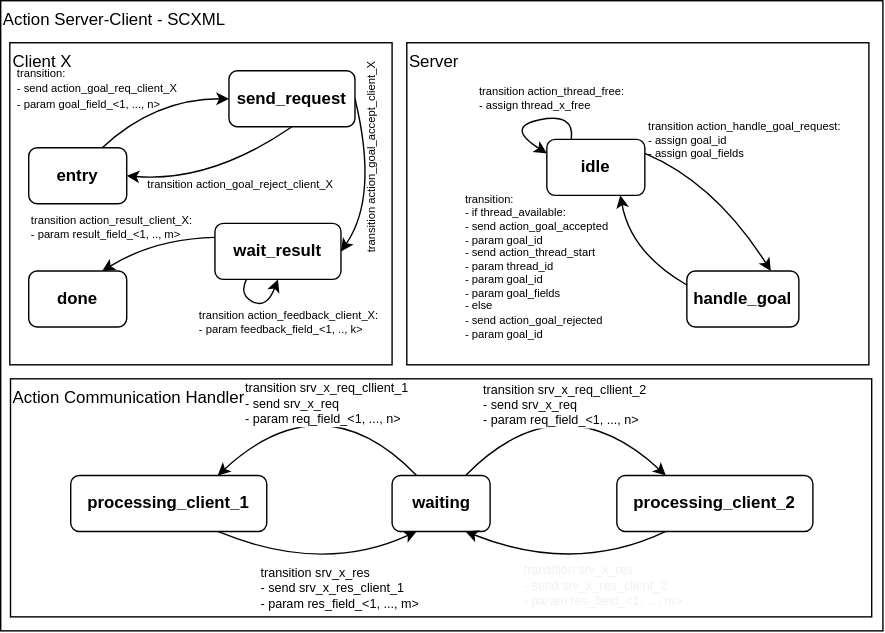
Earlier version of the draw.io export docs/source/graphics/ros_action_to_scxml.drawio.svg (convince-project/AS2FM). Source tidied: cells renumbered, new cells last; positions are measured from the earlier drawing's top-left corner, leaving out a move shared by most shapes.
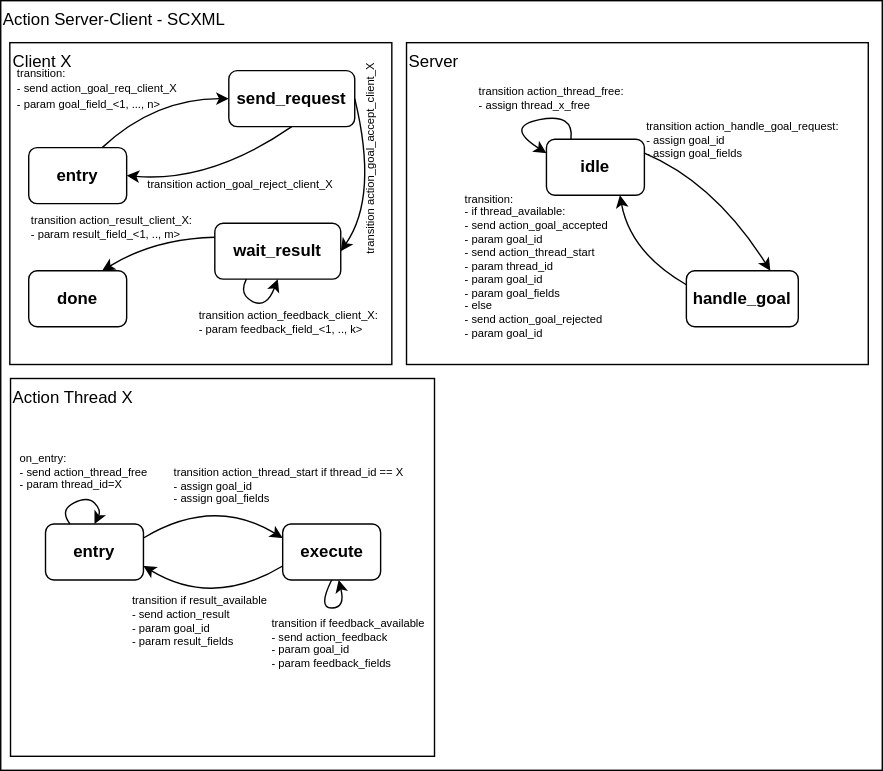
Later version of the same file.

Commit message:
Add missing field to thread start and start action diagram

Change to the diagram source:
```diff
@@ -3,48 +3,43 @@
     <mxCell id="0" />
     <mxCell id="1" parent="0" />
     <mxCell id="2" value="Action Server-Client - SCXML" style="rounded=0;whiteSpace=wrap;html=1;labelPosition=center;verticalLabelPosition=middle;align=left;verticalAlign=top;" parent="1" vertex="1">
-      <mxGeometry width="630" height="450" as="geometry" />
+      <mxGeometry width="630" height="550" as="geometry" />
     </mxCell>
-    <mxCell id="3" value="Action Communication Handler" style="rounded=0;whiteSpace=wrap;html=1;labelPosition=center;verticalLabelPosition=middle;align=left;verticalAlign=top;" parent="1" vertex="1">
-      <mxGeometry x="7" y="270" width="615" height="170" as="geometry" />
+    <mxCell id="3" value="Action Thread X" style="rounded=0;whiteSpace=wrap;html=1;labelPosition=center;verticalLabelPosition=middle;align=left;verticalAlign=top;" parent="1" vertex="1">
+      <mxGeometry x="7" y="270" width="303" height="270" as="geometry" />
     </mxCell>
-    <mxCell id="4" value="&lt;span style=&quot;&quot;&gt;transition srv_x_req_cllient_2&lt;/span&gt;&lt;br style=&quot;&quot;&gt;&lt;span style=&quot;&quot;&gt;- send srv_x_req&lt;/span&gt;&lt;br style=&quot;&quot;&gt;&lt;div style=&quot;&quot;&gt;&amp;nbsp; - param req_field_&amp;lt;1, ..., n&amp;gt;&lt;/div&gt;" style="edgeStyle=none;curved=1;html=1;exitX=0.75;exitY=0;exitDx=0;exitDy=0;entryX=0.25;entryY=0;entryDx=0;entryDy=0;fontSize=9;align=left;" parent="1" edge="1" source="6" target="10">
+    <mxCell id="4" value="&lt;span style=&quot;&quot;&gt;transition srv_x_req_cllient_2&lt;/span&gt;&lt;br style=&quot;&quot;&gt;&lt;span style=&quot;&quot;&gt;- send srv_x_req&lt;/span&gt;&lt;br style=&quot;&quot;&gt;&lt;div style=&quot;&quot;&gt;&amp;nbsp; - param req_field_&amp;lt;1, ..., n&amp;gt;&lt;/div&gt;" style="edgeStyle=none;curved=1;html=1;exitX=0.75;exitY=0;exitDx=0;exitDy=0;entryX=0.25;entryY=0;entryDx=0;entryDy=0;fontSize=9;align=left;" parent="1" edge="1" target="x">
       <mxGeometry x="-0.57" y="27" relative="1" as="geometry">
+        <mxPoint x="332" y="339" as="sourcePoint" />
         <Array as="points">
           <mxPoint x="400" y="270" />
         </Array>
       </mxGeometry>
     </mxCell>
-    <mxCell id="5" value="transition srv_x_req_cllient_1&lt;br&gt;- send srv_x_req&lt;br&gt;&lt;div style=&quot;&quot;&gt;&amp;nbsp; - param req_field_&amp;lt;1, ..., n&amp;gt;&lt;/div&gt;" style="edgeStyle=none;curved=1;html=1;exitX=0.25;exitY=0;exitDx=0;exitDy=0;entryX=0.75;entryY=0;entryDx=0;entryDy=0;fontSize=9;align=left;" parent="1" edge="1" source="6" target="8">
+    <mxCell id="5" value="transition srv_x_req_cllient_1&lt;br&gt;- send srv_x_req&lt;br&gt;&lt;div style=&quot;&quot;&gt;&amp;nbsp; - param req_field_&amp;lt;1, ..., n&amp;gt;&lt;/div&gt;" style="edgeStyle=none;curved=1;html=1;exitX=0.25;exitY=0;exitDx=0;exitDy=0;entryX=0.75;entryY=0;entryDx=0;entryDy=0;fontSize=9;align=left;" parent="1" edge="1" target="x">
       <mxGeometry x="0.52" y="-26" relative="1" as="geometry">
+        <mxPoint x="297" y="339" as="sourcePoint" />
         <Array as="points">
           <mxPoint x="230" y="270" />
         </Array>
       </mxGeometry>
     </mxCell>
-    <mxCell id="6" value="&lt;b&gt;waiting&lt;/b&gt;" style="rounded=1;whiteSpace=wrap;html=1;align=center;" parent="1" vertex="1">
-      <mxGeometry x="279.5" y="339" width="70" height="40" as="geometry" />
-    </mxCell>
-    <mxCell id="7" value="&lt;div style=&quot;&quot;&gt;transition srv_x_res&lt;/div&gt;&lt;div style=&quot;&quot;&gt;- send srv_x_res_client_1&lt;/div&gt;&lt;div style=&quot;&quot;&gt;&amp;nbsp; - param res_field_&amp;lt;1, ..., m&amp;gt;&lt;/div&gt;" style="edgeStyle=none;curved=1;html=1;exitX=0.75;exitY=1;exitDx=0;exitDy=0;entryX=0.25;entryY=1;entryDx=0;entryDy=0;fontSize=9;align=left;" parent="1" edge="1" source="8" target="6">
+    <mxCell id="7" value="&lt;div style=&quot;&quot;&gt;transition srv_x_res&lt;/div&gt;&lt;div style=&quot;&quot;&gt;- send srv_x_res_client_1&lt;/div&gt;&lt;div style=&quot;&quot;&gt;&amp;nbsp; - param res_field_&amp;lt;1, ..., m&amp;gt;&lt;/div&gt;" style="edgeStyle=none;curved=1;html=1;exitX=0.75;exitY=1;exitDx=0;exitDy=0;entryX=0.25;entryY=1;entryDx=0;entryDy=0;fontSize=9;align=left;" parent="1" edge="1" source="x">
       <mxGeometry x="-0.45" y="-27" relative="1" as="geometry">
+        <mxPoint x="297" y="379" as="targetPoint" />
         <Array as="points">
           <mxPoint x="230" y="410" />
         </Array>
       </mxGeometry>
     </mxCell>
-    <mxCell id="8" value="&lt;b&gt;processing_client_1&lt;/b&gt;" style="rounded=1;whiteSpace=wrap;html=1;align=center;" parent="1" vertex="1">
-      <mxGeometry x="50" y="339" width="140" height="40" as="geometry" />
-    </mxCell>
-    <mxCell id="9" value="&lt;div style=&quot;border-color: rgb(0, 0, 0); color: rgb(240, 240, 240); font-family: Helvetica; font-size: 9px; font-style: normal; font-variant-ligatures: normal; font-variant-caps: normal; font-weight: 400; letter-spacing: normal; orphans: 2; text-indent: 0px; text-transform: none; widows: 2; word-spacing: 0px; -webkit-text-stroke-width: 0px; text-decoration-thickness: initial; text-decoration-style: initial; text-decoration-color: initial;&quot;&gt;transition srv_x_res&lt;/div&gt;&lt;div style=&quot;border-color: rgb(0, 0, 0); color: rgb(240, 240, 240); font-family: Helvetica; font-size: 9px; font-style: normal; font-variant-ligatures: normal; font-variant-caps: normal; font-weight: 400; letter-spacing: normal; orphans: 2; text-indent: 0px; text-transform: none; widows: 2; word-spacing: 0px; -webkit-text-stroke-width: 0px; text-decoration-thickness: initial; text-decoration-style: initial; text-decoration-color: initial;&quot;&gt;- send srv_x_res_client_2&lt;/div&gt;&lt;div style=&quot;border-color: rgb(0, 0, 0); color: rgb(240, 240, 240); font-family: Helvetica; font-size: 9px; font-style: normal; font-variant-ligatures: normal; font-variant-caps: normal; font-weight: 400; letter-spacing: normal; orphans: 2; text-indent: 0px; text-transform: none; widows: 2; word-spacing: 0px; -webkit-text-stroke-width: 0px; text-decoration-thickness: initial; text-decoration-style: initial; text-decoration-color: initial;&quot;&gt;&amp;nbsp; - param res_field_&amp;lt;1, ..., m&amp;gt;&lt;/div&gt;" style="edgeStyle=none;curved=1;html=1;exitX=0.25;exitY=1;exitDx=0;exitDy=0;entryX=0.75;entryY=1;entryDx=0;entryDy=0;fontSize=9;align=left;" parent="1" edge="1" source="10" target="6">
+    <mxCell id="9" value="&lt;div style=&quot;border-color: rgb(0, 0, 0); color: rgb(240, 240, 240); font-family: Helvetica; font-size: 9px; font-style: normal; font-variant-ligatures: normal; font-variant-caps: normal; font-weight: 400; letter-spacing: normal; orphans: 2; text-indent: 0px; text-transform: none; widows: 2; word-spacing: 0px; -webkit-text-stroke-width: 0px; text-decoration-thickness: initial; text-decoration-style: initial; text-decoration-color: initial;&quot;&gt;transition srv_x_res&lt;/div&gt;&lt;div style=&quot;border-color: rgb(0, 0, 0); color: rgb(240, 240, 240); font-family: Helvetica; font-size: 9px; font-style: normal; font-variant-ligatures: normal; font-variant-caps: normal; font-weight: 400; letter-spacing: normal; orphans: 2; text-indent: 0px; text-transform: none; widows: 2; word-spacing: 0px; -webkit-text-stroke-width: 0px; text-decoration-thickness: initial; text-decoration-style: initial; text-decoration-color: initial;&quot;&gt;- send srv_x_res_client_2&lt;/div&gt;&lt;div style=&quot;border-color: rgb(0, 0, 0); color: rgb(240, 240, 240); font-family: Helvetica; font-size: 9px; font-style: normal; font-variant-ligatures: normal; font-variant-caps: normal; font-weight: 400; letter-spacing: normal; orphans: 2; text-indent: 0px; text-transform: none; widows: 2; word-spacing: 0px; -webkit-text-stroke-width: 0px; text-decoration-thickness: initial; text-decoration-style: initial; text-decoration-color: initial;&quot;&gt;&amp;nbsp; - param res_field_&amp;lt;1, ..., m&amp;gt;&lt;/div&gt;" style="edgeStyle=none;curved=1;html=1;exitX=0.25;exitY=1;exitDx=0;exitDy=0;entryX=0.75;entryY=1;entryDx=0;entryDy=0;fontSize=9;align=left;" parent="1" edge="1" source="x">
       <mxGeometry x="0.33" y="21" relative="1" as="geometry">
+        <mxPoint x="332" y="379" as="targetPoint" />
         <Array as="points">
           <mxPoint x="410" y="410" />
         </Array>
       </mxGeometry>
     </mxCell>
-    <mxCell id="10" value="&lt;b&gt;processing_client_2&lt;/b&gt;" style="rounded=1;whiteSpace=wrap;html=1;align=center;" parent="1" vertex="1">
-      <mxGeometry x="440" y="339" width="140" height="40" as="geometry" />
-    </mxCell>
     <mxCell id="11" value="Server" style="rounded=0;whiteSpace=wrap;html=1;labelPosition=center;verticalLabelPosition=middle;align=left;verticalAlign=top;" parent="1" vertex="1">
       <mxGeometry x="290" y="30" width="330" height="230" as="geometry" />
     </mxCell>
@@ -136,5 +131,43 @@
     <mxCell id="27" value="&lt;b&gt;handle_goal&lt;/b&gt;" style="rounded=1;whiteSpace=wrap;html=1;align=center;" parent="1" vertex="1">
       <mxGeometry x="490" y="193" width="80" height="40" as="geometry" />
     </mxCell>
+    <mxCell id="28" value="transition action_thread_start if thread_id == X&lt;br&gt;- assign goal_id&lt;br&gt;&lt;div style=&quot;&quot;&gt;- assign goal_fields&lt;/div&gt;" style="edgeStyle=none;curved=1;html=1;exitX=1;exitY=0.25;exitDx=0;exitDy=0;entryX=0;entryY=0.25;entryDx=0;entryDy=0;fontSize=8;align=left;verticalAlign=bottom;" parent="1" edge="1" source="29" target="32">
+      <mxGeometry x="-0.53" y="7" relative="1" as="geometry">
+        <Array as="points">
+          <mxPoint x="152" y="354" />
+        </Array>
+      </mxGeometry>
+    </mxCell>
+    <mxCell id="29" value="&lt;b&gt;entry&lt;/b&gt;" style="rounded=1;whiteSpace=wrap;html=1;align=center;" parent="1" vertex="1">
+      <mxGeometry x="32" y="374" width="70" height="40" as="geometry" />
+    </mxCell>
+    <mxCell id="30" value="on_entry:&lt;br style=&quot;font-size: 8px;&quot;&gt;- send action_thread_free&lt;br style=&quot;font-size: 8px;&quot;&gt;&amp;nbsp; - param thread_id=X" style="edgeStyle=none;html=1;entryX=0.5;entryY=0;entryDx=0;entryDy=0;exitX=0.25;exitY=0;exitDx=0;exitDy=0;curved=1;align=left;fontSize=8;verticalAlign=bottom;" parent="1" edge="1" source="29" target="29">
+      <mxGeometry x="-0.58" y="32" relative="1" as="geometry">
+        <Array as="points">
+          <mxPoint x="42" y="364" />
+          <mxPoint x="62" y="354" />
+          <mxPoint x="72" y="364" />
+        </Array>
+        <mxPoint x="-16" y="19" as="offset" />
+      </mxGeometry>
+    </mxCell>
+    <mxCell id="31" value="&lt;div style=&quot;text-align: left;&quot;&gt;transition if result_available&lt;/div&gt;&lt;div style=&quot;text-align: left;&quot;&gt;&amp;nbsp; - send action_result&lt;/div&gt;&lt;div style=&quot;text-align: left;&quot;&gt;&amp;nbsp; &amp;nbsp; - param goal_id&lt;/div&gt;&lt;div style=&quot;text-align: left;&quot;&gt;&amp;nbsp; &amp;nbsp; - param result_fields&lt;/div&gt;" style="edgeStyle=none;curved=1;html=1;exitX=0;exitY=0.75;exitDx=0;exitDy=0;entryX=1;entryY=0.75;entryDx=0;entryDy=0;fontSize=8;" parent="1" edge="1" source="32" target="29">
+      <mxGeometry x="0.06" y="14" relative="1" as="geometry">
+        <Array as="points">
+          <mxPoint x="152" y="434" />
+        </Array>
+      </mxGeometry>
+    </mxCell>
+    <mxCell id="32" value="&lt;b&gt;execute&lt;/b&gt;" style="rounded=1;whiteSpace=wrap;html=1;align=center;" parent="1" vertex="1">
+      <mxGeometry x="201.5" y="374" width="70" height="40" as="geometry" />
+    </mxCell>
+    <mxCell id="33" value="transition if feedback_available&lt;br&gt;&amp;nbsp; - send action_feedback&lt;br&gt;&amp;nbsp; &amp;nbsp; - param goal_id&lt;br&gt;&amp;nbsp; &amp;nbsp; - param feedback_fields" style="edgeStyle=none;curved=1;html=1;exitX=0.5;exitY=1;exitDx=0;exitDy=0;fontSize=8;align=left;verticalAlign=top;" parent="1" edge="1" source="32" target="32">
+      <mxGeometry x="-0.29" y="-35" relative="1" as="geometry">
+        <Array as="points">
+          <mxPoint x="242" y="434" />
+        </Array>
+        <mxPoint x="-35" y="-35" as="offset" />
+      </mxGeometry>
+    </mxCell>
   </root>
 </mxGraphModel>
```
